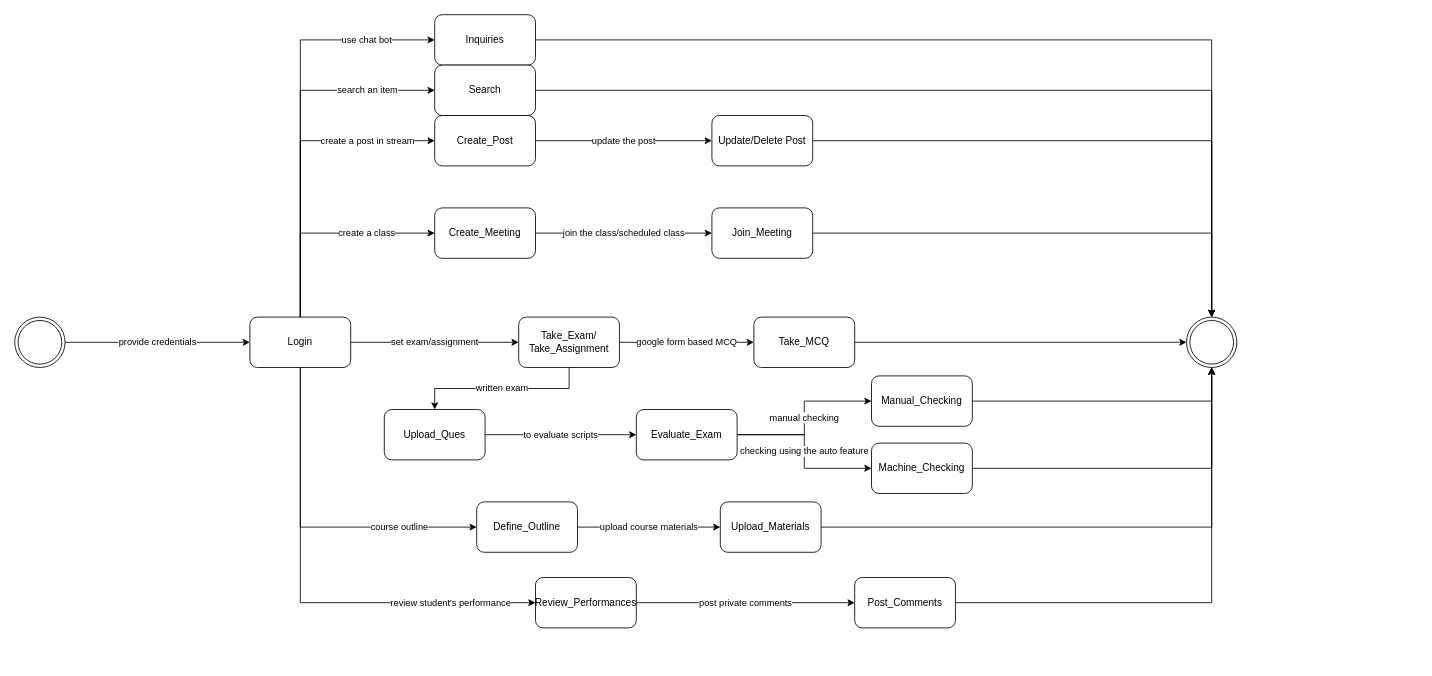
Earlier version of the draw.io diagram page "State-2 Teacher" (36 of 37) of Diagrams.drawio (shirrsho/E-shcool). Source tidied: cells renumbered, new cells numbered last; positions are measured from the earlier drawing's top-left corner, leaving out a move shared by most shapes. Both pictures are drawn from the tidied source at 84%, with x=0, y=0 at pixel (14, 14).
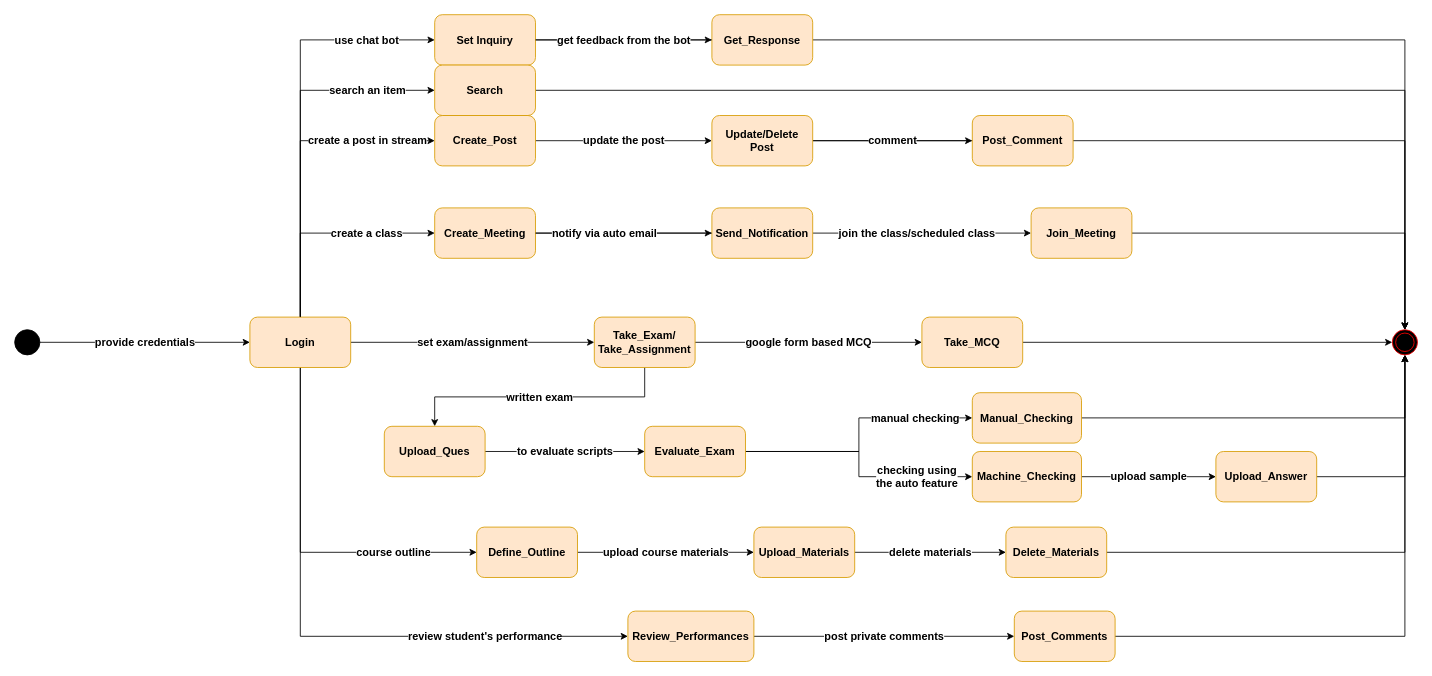
After the change.

Change to the diagram source:
```diff
@@
-    <mxCell id="2" value="provide credentials" style="edgeStyle=orthogonalEdgeStyle;rounded=0;jettySize=auto;html=1;" parent="1" edge="1" source="3" target="10">
+    <mxCell id="2" value="provide credentials" style="edgeStyle=orthogonalEdgeStyle;rounded=0;jettySize=auto;html=1;fontSize=13;fontStyle=1;" parent="1" edge="1" source="3" target="10">
       <mxGeometry relative="1" as="geometry" />
     </mxCell>
-    <mxCell id="3" style="ellipse;shape=doubleEllipse;html=1;dashed=0;whitespace=wrap;" parent="1" vertex="1">
-      <mxGeometry y="360" width="60" height="60" as="geometry" />
+    <mxCell id="3" style="ellipse;shape=doubleEllipse;html=1;dashed=0;whitespace=wrap;fontSize=13;fontStyle=1;fillColor=#000000;" parent="1" vertex="1">
+      <mxGeometry y="375" width="30" height="30" as="geometry" />
     </mxCell>
-    <mxCell id="4" value="create a post in stream" style="edgeStyle=orthogonalEdgeStyle;rounded=0;jettySize=auto;html=1;entryX=0;entryY=0.5;entryDx=0;entryDy=0;exitX=0.5;exitY=0;exitDx=0;exitDy=0;" parent="1" edge="1" source="10" target="12">
+    <mxCell id="4" value="create a post in stream" style="edgeStyle=orthogonalEdgeStyle;rounded=0;jettySize=auto;html=1;entryX=0;entryY=0.5;entryDx=0;entryDy=0;exitX=0.5;exitY=0;exitDx=0;exitDy=0;fontSize=13;fontStyle=1;" parent="1" edge="1" source="10" target="12">
       <mxGeometry x="0.57" relative="1" as="geometry" />
     </mxCell>
-    <mxCell id="5" value="create a class" style="edgeStyle=orthogonalEdgeStyle;rounded=0;jettySize=auto;html=1;entryX=0;entryY=0.5;entryDx=0;entryDy=0;exitX=0.5;exitY=0;exitDx=0;exitDy=0;" parent="1" edge="1" source="10" target="14">
+    <mxCell id="5" value="create a class" style="edgeStyle=orthogonalEdgeStyle;rounded=0;jettySize=auto;html=1;entryX=0;entryY=0.5;entryDx=0;entryDy=0;exitX=0.5;exitY=0;exitDx=0;exitDy=0;fontSize=13;fontStyle=1;" parent="1" edge="1" source="10" target="14">
       <mxGeometry x="0.38" relative="1" as="geometry" />
     </mxCell>
-    <mxCell id="6" value="course outline" style="edgeStyle=orthogonalEdgeStyle;rounded=0;jettySize=auto;html=1;entryX=0;entryY=0.5;entryDx=0;entryDy=0;exitX=0.5;exitY=1;exitDx=0;exitDy=0;" parent="1" edge="1" source="10" target="18">
+    <mxCell id="6" value="course outline" style="edgeStyle=orthogonalEdgeStyle;rounded=0;jettySize=auto;html=1;entryX=0;entryY=0.5;entryDx=0;entryDy=0;exitX=0.5;exitY=1;exitDx=0;exitDy=0;fontSize=13;fontStyle=1;" parent="1" edge="1" source="10" target="18">
       <mxGeometry x="0.54" relative="1" as="geometry" />
     </mxCell>
-    <mxCell id="7" value="set exam/assignment" style="edgeStyle=orthogonalEdgeStyle;rounded=0;jettySize=auto;html=1;exitX=1;exitY=0.5;exitDx=0;exitDy=0;entryX=0;entryY=0.5;entryDx=0;entryDy=0;" parent="1" edge="1" source="10" target="23">
+    <mxCell id="7" value="set exam/assignment" style="edgeStyle=orthogonalEdgeStyle;rounded=0;jettySize=auto;html=1;exitX=1;exitY=0.5;exitDx=0;exitDy=0;entryX=0;entryY=0.5;entryDx=0;entryDy=0;fontSize=13;fontStyle=1;" parent="1" edge="1" source="10" target="23">
       <mxGeometry relative="1" as="geometry" />
     </mxCell>
-    <mxCell id="8" value="use chat bot" style="edgeStyle=orthogonalEdgeStyle;rounded=0;jettySize=auto;html=1;entryX=0;entryY=0.5;entryDx=0;entryDy=0;exitX=0.5;exitY=0;exitDx=0;exitDy=0;" parent="1" edge="1" source="10" target="37">
+    <mxCell id="8" value="use chat bot" style="edgeStyle=orthogonalEdgeStyle;rounded=0;jettySize=auto;html=1;entryX=0;entryY=0.5;entryDx=0;entryDy=0;exitX=0.5;exitY=0;exitDx=0;exitDy=0;fontSize=13;fontStyle=1;" parent="1" edge="1" source="10" target="37">
       <mxGeometry x="0.67" relative="1" as="geometry" />
     </mxCell>
-    <mxCell id="9" value="review student's performance" style="edgeStyle=orthogonalEdgeStyle;rounded=0;jettySize=auto;html=1;exitX=0.5;exitY=1;exitDx=0;exitDy=0;entryX=0;entryY=0.5;entryDx=0;entryDy=0;" parent="1" edge="1" source="10" target="41">
-      <mxGeometry x="0.64" relative="1" as="geometry" />
+    <mxCell id="9" value="review student's performance" style="edgeStyle=orthogonalEdgeStyle;rounded=0;jettySize=auto;html=1;exitX=0.5;exitY=1;exitDx=0;exitDy=0;entryX=0;entryY=0.5;entryDx=0;entryDy=0;fontSize=13;fontStyle=1;" parent="1" edge="1" source="10" target="41">
+      <mxGeometry x="0.52" relative="1" as="geometry" />
     </mxCell>
-    <mxCell id="10" value="Login" style="rounded=1;whiteSpace=wrap;html=1;dashed=0;" parent="1" vertex="1">
+    <mxCell id="10" value="Login" style="rounded=1;whiteSpace=wrap;html=1;dashed=0;fontSize=13;fontStyle=1;fillColor=#ffe6cc;strokeColor=#d79b00;" parent="1" vertex="1">
       <mxGeometry x="280" y="360" width="120" height="60" as="geometry" />
     </mxCell>
-    <mxCell id="11" value="update the post" style="edgeStyle=orthogonalEdgeStyle;rounded=0;jettySize=auto;html=1;" parent="1" edge="1" source="12" target="45">
+    <mxCell id="11" value="update the post" style="edgeStyle=orthogonalEdgeStyle;rounded=0;jettySize=auto;html=1;fontSize=13;fontStyle=1;" parent="1" edge="1" source="12" target="45">
       <mxGeometry relative="1" as="geometry" />
     </mxCell>
-    <mxCell id="12" value="Create_Post" style="whiteSpace=wrap;html=1;rounded=1;dashed=0;" parent="1" vertex="1">
+    <mxCell id="12" value="Create_Post" style="whiteSpace=wrap;html=1;rounded=1;dashed=0;fontSize=13;fontStyle=1;fillColor=#ffe6cc;strokeColor=#d79b00;" parent="1" vertex="1">
       <mxGeometry x="500" y="120" width="120" height="60" as="geometry" />
     </mxCell>
-    <mxCell id="13" value="join the class/scheduled class" style="edgeStyle=orthogonalEdgeStyle;rounded=0;jettySize=auto;html=1;" parent="1" edge="1" source="14" target="16">
-      <mxGeometry relative="1" as="geometry" />
+    <mxCell id="13" value="join the class/scheduled class" style="edgeStyle=orthogonalEdgeStyle;rounded=0;jettySize=auto;html=1;startArrow=none;fontSize=13;fontStyle=1;" parent="1" edge="1" source="53" target="16">
+      <mxGeometry x="-0.05" relative="1" as="geometry" />
     </mxCell>
+    <mxCell id="47" style="edgeStyle=orthogonalEdgeStyle;rounded=0;jettySize=auto;html=1;fontSize=13;fontStyle=1;" parent="1" edge="1" source="14" target="53">
+      <mxGeometry relative="1" as="geometry" />
+    </mxCell>
-    <mxCell id="14" value="Create_Meeting" style="whiteSpace=wrap;html=1;rounded=1;dashed=0;" parent="1" vertex="1">
+    <mxCell id="14" value="Create_Meeting" style="whiteSpace=wrap;html=1;rounded=1;dashed=0;fontSize=13;fontStyle=1;fillColor=#ffe6cc;strokeColor=#d79b00;" parent="1" vertex="1">
       <mxGeometry x="500" y="230" width="120" height="60" as="geometry" />
     </mxCell>
-    <mxCell id="15" style="edgeStyle=orthogonalEdgeStyle;rounded=0;jettySize=auto;html=1;entryX=0.5;entryY=0;entryDx=0;entryDy=0;" parent="1" edge="1" source="16" target="46">
+    <mxCell id="15" style="edgeStyle=orthogonalEdgeStyle;rounded=0;jettySize=auto;html=1;entryX=0.5;entryY=0;entryDx=0;entryDy=0;fontSize=13;fontStyle=1;" parent="1" edge="1" source="16" target="46">
       <mxGeometry relative="1" as="geometry" />
     </mxCell>
-    <mxCell id="16" value="Join_Meeting" style="whiteSpace=wrap;html=1;rounded=1;dashed=0;" parent="1" vertex="1">
-      <mxGeometry x="830" y="230" width="120" height="60" as="geometry" />
+    <mxCell id="16" value="Join_Meeting" style="whiteSpace=wrap;html=1;rounded=1;dashed=0;fontSize=13;fontStyle=1;fillColor=#ffe6cc;strokeColor=#d79b00;" parent="1" vertex="1">
+      <mxGeometry x="1210" y="230" width="120" height="60" as="geometry" />
     </mxCell>
-    <mxCell id="17" value="upload course materials" style="edgeStyle=orthogonalEdgeStyle;rounded=0;jettySize=auto;html=1;" parent="1" edge="1" source="18" target="20">
+    <mxCell id="17" value="upload course materials" style="edgeStyle=orthogonalEdgeStyle;rounded=0;jettySize=auto;html=1;fontSize=13;fontStyle=1;" parent="1" edge="1" source="18" target="20">
       <mxGeometry relative="1" as="geometry" />
     </mxCell>
-    <mxCell id="18" value="Define_Outline" style="whiteSpace=wrap;html=1;rounded=1;dashed=0;" parent="1" vertex="1">
-      <mxGeometry x="550" y="580" width="120" height="60" as="geometry" />
+    <mxCell id="18" value="Define_Outline" style="whiteSpace=wrap;html=1;rounded=1;dashed=0;fontSize=13;fontStyle=1;fillColor=#ffe6cc;strokeColor=#d79b00;" parent="1" vertex="1">
+      <mxGeometry x="550" y="610" width="120" height="60" as="geometry" />
     </mxCell>
-    <mxCell id="19" style="edgeStyle=orthogonalEdgeStyle;rounded=0;jettySize=auto;html=1;entryX=0.5;entryY=1;entryDx=0;entryDy=0;" parent="1" edge="1" source="20" target="46">
+    <mxCell id="19" style="edgeStyle=orthogonalEdgeStyle;rounded=0;jettySize=auto;html=1;entryX=0.5;entryY=1;entryDx=0;entryDy=0;startArrow=none;fontSize=13;fontStyle=1;" parent="1" edge="1" source="55" target="46">
       <mxGeometry relative="1" as="geometry" />
     </mxCell>
+    <mxCell id="48" value="delete materials" style="edgeStyle=orthogonalEdgeStyle;rounded=0;jettySize=auto;html=1;fontSize=13;fontStyle=1;" parent="1" edge="1" source="20" target="55">
+      <mxGeometry relative="1" as="geometry" />
+    </mxCell>
-    <mxCell id="20" value="Upload_Materials" style="whiteSpace=wrap;html=1;rounded=1;dashed=0;" parent="1" vertex="1">
-      <mxGeometry x="840" y="580" width="120" height="60" as="geometry" />
+    <mxCell id="20" value="Upload_Materials" style="whiteSpace=wrap;html=1;rounded=1;dashed=0;fontSize=13;fontStyle=1;fillColor=#ffe6cc;strokeColor=#d79b00;" parent="1" vertex="1">
+      <mxGeometry x="880" y="610" width="120" height="60" as="geometry" />
     </mxCell>
-    <mxCell id="21" value="google form based MCQ" style="edgeStyle=orthogonalEdgeStyle;rounded=0;jettySize=auto;html=1;" parent="1" edge="1" source="23" target="25">
+    <mxCell id="21" value="google form based MCQ" style="edgeStyle=orthogonalEdgeStyle;rounded=0;jettySize=auto;html=1;fontSize=13;fontStyle=1;" parent="1" edge="1" source="23" target="25">
       <mxGeometry relative="1" as="geometry" />
     </mxCell>
-    <mxCell id="22" value="written exam" style="edgeStyle=orthogonalEdgeStyle;rounded=0;jettySize=auto;html=1;exitX=0.5;exitY=1;exitDx=0;exitDy=0;" parent="1" edge="1" source="23" target="27">
+    <mxCell id="22" value="written exam" style="edgeStyle=orthogonalEdgeStyle;rounded=0;jettySize=auto;html=1;exitX=0.5;exitY=1;exitDx=0;exitDy=0;fontSize=13;fontStyle=1;" parent="1" edge="1" source="23" target="27">
       <mxGeometry relative="1" as="geometry" />
     </mxCell>
-    <mxCell id="23" value="Take_Exam/&lt;br&gt;Take_Assignment" style="rounded=1;whiteSpace=wrap;html=1;" parent="1" vertex="1">
-      <mxGeometry x="600" y="360" width="120" height="60" as="geometry" />
+    <mxCell id="23" value="Take_Exam/&lt;br style=&quot;font-size: 13px;&quot;&gt;Take_Assignment" style="rounded=1;whiteSpace=wrap;html=1;fontSize=13;fontStyle=1;fillColor=#ffe6cc;strokeColor=#d79b00;" parent="1" vertex="1">
+      <mxGeometry x="690" y="360" width="120" height="60" as="geometry" />
     </mxCell>
-    <mxCell id="24" style="edgeStyle=orthogonalEdgeStyle;rounded=0;jettySize=auto;html=1;entryX=0;entryY=0.5;entryDx=0;entryDy=0;" parent="1" edge="1" source="25" target="46">
+    <mxCell id="24" style="edgeStyle=orthogonalEdgeStyle;rounded=0;jettySize=auto;html=1;entryX=0;entryY=0.5;entryDx=0;entryDy=0;fontSize=13;fontStyle=1;" parent="1" edge="1" source="25" target="46">
       <mxGeometry relative="1" as="geometry" />
     </mxCell>
-    <mxCell id="25" value="Take_MCQ" style="whiteSpace=wrap;html=1;rounded=1;" parent="1" vertex="1">
-      <mxGeometry x="880" y="360" width="120" height="60" as="geometry" />
+    <mxCell id="25" value="Take_MCQ" style="whiteSpace=wrap;html=1;rounded=1;fontSize=13;fontStyle=1;fillColor=#ffe6cc;strokeColor=#d79b00;" parent="1" vertex="1">
+      <mxGeometry x="1080" y="360" width="120" height="60" as="geometry" />
     </mxCell>
-    <mxCell id="26" value="to evaluate scripts" style="edgeStyle=orthogonalEdgeStyle;rounded=0;jettySize=auto;html=1;" parent="1" edge="1" source="27" target="30">
+    <mxCell id="26" value="to evaluate scripts" style="edgeStyle=orthogonalEdgeStyle;rounded=0;jettySize=auto;html=1;fontSize=13;fontStyle=1;" parent="1" edge="1" source="27" target="30">
       <mxGeometry relative="1" as="geometry" />
     </mxCell>
-    <mxCell id="27" value="Upload_Ques" style="rounded=1;whiteSpace=wrap;html=1;" parent="1" vertex="1">
-      <mxGeometry x="440" y="470" width="120" height="60" as="geometry" />
+    <mxCell id="27" value="Upload_Ques" style="rounded=1;whiteSpace=wrap;html=1;fontSize=13;fontStyle=1;fillColor=#ffe6cc;strokeColor=#d79b00;" parent="1" vertex="1">
+      <mxGeometry x="440" y="490" width="120" height="60" as="geometry" />
     </mxCell>
-    <mxCell id="28" value="manual checking" style="edgeStyle=orthogonalEdgeStyle;rounded=0;jettySize=auto;html=1;" parent="1" edge="1" source="30" target="32">
-      <mxGeometry relative="1" as="geometry" />
+    <mxCell id="28" value="manual checking" style="edgeStyle=orthogonalEdgeStyle;rounded=0;jettySize=auto;html=1;fontSize=13;fontStyle=1;" parent="1" edge="1" source="30" target="32">
+      <mxGeometry x="0.56" relative="1" as="geometry" />
     </mxCell>
-    <mxCell id="29" value="checking using the auto feature" style="edgeStyle=orthogonalEdgeStyle;rounded=0;jettySize=auto;html=1;" parent="1" edge="1" source="30" target="34">
-      <mxGeometry relative="1" as="geometry" />
+    <mxCell id="29" value="checking using&lt;br&gt;the auto feature" style="edgeStyle=orthogonalEdgeStyle;rounded=0;jettySize=auto;html=1;fontSize=13;fontStyle=1;" parent="1" edge="1" source="30" target="34">
+      <mxGeometry x="0.56" relative="1" as="geometry" />
     </mxCell>
-    <mxCell id="30" value="Evaluate_Exam" style="rounded=1;whiteSpace=wrap;html=1;" parent="1" vertex="1">
-      <mxGeometry x="740" y="470" width="120" height="60" as="geometry" />
+    <mxCell id="30" value="Evaluate_Exam" style="rounded=1;whiteSpace=wrap;html=1;fontSize=13;fontStyle=1;fillColor=#ffe6cc;strokeColor=#d79b00;" parent="1" vertex="1">
+      <mxGeometry x="750" y="490" width="120" height="60" as="geometry" />
     </mxCell>
-    <mxCell id="31" style="edgeStyle=orthogonalEdgeStyle;rounded=0;jettySize=auto;html=1;entryX=0.5;entryY=1;entryDx=0;entryDy=0;" parent="1" edge="1" source="32" target="46">
+    <mxCell id="31" style="edgeStyle=orthogonalEdgeStyle;rounded=0;jettySize=auto;html=1;entryX=0.5;entryY=1;entryDx=0;entryDy=0;fontSize=13;fontStyle=1;" parent="1" edge="1" source="32" target="46">
       <mxGeometry relative="1" as="geometry" />
     </mxCell>
-    <mxCell id="32" value="Manual_Checking" style="whiteSpace=wrap;html=1;rounded=1;" parent="1" vertex="1">
-      <mxGeometry x="1020" y="430" width="120" height="60" as="geometry" />
+    <mxCell id="32" value="Manual_Checking" style="whiteSpace=wrap;html=1;rounded=1;fontSize=13;fontStyle=1;fillColor=#ffe6cc;strokeColor=#d79b00;" parent="1" vertex="1">
+      <mxGeometry x="1140" y="450" width="130" height="60" as="geometry" />
     </mxCell>
-    <mxCell id="33" style="edgeStyle=orthogonalEdgeStyle;rounded=0;jettySize=auto;html=1;entryX=0.5;entryY=1;entryDx=0;entryDy=0;" parent="1" edge="1" source="34" target="46">
+    <mxCell id="33" style="edgeStyle=orthogonalEdgeStyle;rounded=0;jettySize=auto;html=1;entryX=0.5;entryY=1;entryDx=0;entryDy=0;fontSize=13;fontStyle=1;startArrow=none;" parent="1" edge="1" source="58" target="46">
       <mxGeometry relative="1" as="geometry" />
     </mxCell>
+    <mxCell id="49" value="upload sample" style="edgeStyle=orthogonalEdgeStyle;rounded=0;jettySize=auto;html=1;fontSize=13;fontStyle=1;" parent="1" edge="1" source="34" target="58">
+      <mxGeometry relative="1" as="geometry" />
+    </mxCell>
-    <mxCell id="34" value="Machine_Checking" style="rounded=1;whiteSpace=wrap;html=1;" parent="1" vertex="1">
-      <mxGeometry x="1020" y="510" width="120" height="60" as="geometry" />
+    <mxCell id="34" value="Machine_Checking" style="rounded=1;whiteSpace=wrap;html=1;fontSize=13;fontStyle=1;fillColor=#ffe6cc;strokeColor=#d79b00;" parent="1" vertex="1">
+      <mxGeometry x="1140" y="520" width="130" height="60" as="geometry" />
     </mxCell>
-    <mxCell id="35" value="search an item" style="edgeStyle=orthogonalEdgeStyle;rounded=0;jettySize=auto;html=1;exitX=0.5;exitY=0;exitDx=0;exitDy=0;entryX=0;entryY=0.5;entryDx=0;entryDy=0;" parent="1" edge="1" source="10" target="39">
+    <mxCell id="35" value="search an item" style="edgeStyle=orthogonalEdgeStyle;rounded=0;jettySize=auto;html=1;exitX=0.5;exitY=0;exitDx=0;exitDy=0;entryX=0;entryY=0.5;entryDx=0;entryDy=0;fontSize=13;fontStyle=1;" parent="1" edge="1" source="10" target="39">
       <mxGeometry x="0.63" relative="1" as="geometry" />
     </mxCell>
-    <mxCell id="36" style="edgeStyle=orthogonalEdgeStyle;rounded=0;jettySize=auto;html=1;" parent="1" edge="1" source="37" target="46">
+    <mxCell id="36" style="edgeStyle=orthogonalEdgeStyle;rounded=0;jettySize=auto;html=1;startArrow=none;fontSize=13;fontStyle=1;" parent="1" edge="1" source="56" target="46">
       <mxGeometry relative="1" as="geometry" />
     </mxCell>
+    <mxCell id="50" style="edgeStyle=orthogonalEdgeStyle;rounded=0;jettySize=auto;html=1;fontSize=13;fontStyle=1;" parent="1" edge="1" source="37" target="56">
+      <mxGeometry relative="1" as="geometry" />
+    </mxCell>
-    <mxCell id="37" value="Inquiries" style="rounded=1;whiteSpace=wrap;html=1;" parent="1" vertex="1">
+    <mxCell id="37" value="Set Inquiry" style="rounded=1;whiteSpace=wrap;html=1;fontSize=13;fontStyle=1;fillColor=#ffe6cc;strokeColor=#d79b00;" parent="1" vertex="1">
       <mxGeometry x="500" width="120" height="60" as="geometry" />
     </mxCell>
-    <mxCell id="38" style="edgeStyle=orthogonalEdgeStyle;rounded=0;jettySize=auto;html=1;" parent="1" edge="1" source="39" target="46">
+    <mxCell id="38" style="edgeStyle=orthogonalEdgeStyle;rounded=0;jettySize=auto;html=1;fontSize=13;fontStyle=1;" parent="1" edge="1" source="39" target="46">
       <mxGeometry relative="1" as="geometry" />
     </mxCell>
-    <mxCell id="39" value="Search" style="rounded=1;whiteSpace=wrap;html=1;" parent="1" vertex="1">
+    <mxCell id="39" value="Search" style="rounded=1;whiteSpace=wrap;html=1;fontSize=13;fontStyle=1;fillColor=#ffe6cc;strokeColor=#d79b00;" parent="1" vertex="1">
       <mxGeometry x="500" y="60" width="120" height="60" as="geometry" />
     </mxCell>
-    <mxCell id="40" value="post private comments" style="edgeStyle=orthogonalEdgeStyle;rounded=0;jettySize=auto;html=1;" parent="1" edge="1" source="41" target="43">
+    <mxCell id="40" value="post private comments" style="edgeStyle=orthogonalEdgeStyle;rounded=0;jettySize=auto;html=1;fontSize=13;fontStyle=1;" parent="1" edge="1" source="41" target="43">
       <mxGeometry relative="1" as="geometry" />
     </mxCell>
-    <mxCell id="41" value="Review_Performances" style="rounded=1;whiteSpace=wrap;html=1;" parent="1" vertex="1">
-      <mxGeometry x="620" y="670" width="120" height="60" as="geometry" />
+    <mxCell id="41" value="Review_Performances" style="rounded=1;whiteSpace=wrap;html=1;fontSize=13;fontStyle=1;fillColor=#ffe6cc;strokeColor=#d79b00;" parent="1" vertex="1">
+      <mxGeometry x="730" y="710" width="150" height="60" as="geometry" />
     </mxCell>
-    <mxCell id="42" style="edgeStyle=orthogonalEdgeStyle;rounded=0;jettySize=auto;html=1;entryX=0.5;entryY=1;entryDx=0;entryDy=0;" parent="1" edge="1" source="43" target="46">
+    <mxCell id="42" style="edgeStyle=orthogonalEdgeStyle;rounded=0;jettySize=auto;html=1;entryX=0.5;entryY=1;entryDx=0;entryDy=0;fontSize=13;fontStyle=1;" parent="1" edge="1" source="43" target="46">
       <mxGeometry relative="1" as="geometry" />
     </mxCell>
-    <mxCell id="43" value="Post_Comments" style="whiteSpace=wrap;html=1;rounded=1;" parent="1" vertex="1">
-      <mxGeometry x="1000" y="670" width="120" height="60" as="geometry" />
+    <mxCell id="43" value="Post_Comments" style="whiteSpace=wrap;html=1;rounded=1;fontSize=13;fontStyle=1;fillColor=#ffe6cc;strokeColor=#d79b00;" parent="1" vertex="1">
+      <mxGeometry x="1190" y="710" width="120" height="60" as="geometry" />
     </mxCell>
-    <mxCell id="44" style="edgeStyle=orthogonalEdgeStyle;rounded=0;jettySize=auto;html=1;" parent="1" edge="1" source="45" target="46">
+    <mxCell id="44" style="edgeStyle=orthogonalEdgeStyle;rounded=0;jettySize=auto;html=1;fontSize=13;fontStyle=1;" parent="1" edge="1" source="45" target="46">
       <mxGeometry relative="1" as="geometry" />
     </mxCell>
+    <mxCell id="51" value="comment" style="edgeStyle=orthogonalEdgeStyle;rounded=0;jettySize=auto;html=1;fontSize=13;fontStyle=1;" parent="1" edge="1" source="45" target="52">
+      <mxGeometry relative="1" as="geometry" />
+    </mxCell>
-    <mxCell id="45" value="Update/Delete Post" style="rounded=1;whiteSpace=wrap;html=1;" parent="1" vertex="1">
+    <mxCell id="45" value="Update/Delete Post" style="rounded=1;whiteSpace=wrap;html=1;fontSize=13;fontStyle=1;fillColor=#ffe6cc;strokeColor=#d79b00;" parent="1" vertex="1">
       <mxGeometry x="830" y="120" width="120" height="60" as="geometry" />
     </mxCell>
-    <mxCell id="46" style="ellipse;shape=doubleEllipse;html=1;dashed=0;whitespace=wrap;" parent="1" vertex="1">
-      <mxGeometry x="1395" y="360" width="60" height="60" as="geometry" />
+    <mxCell id="46" style="ellipse;shape=doubleEllipse;html=1;dashed=0;whitespace=wrap;fontSize=13;fontStyle=1;fillColor=#000000;strokeColor=#FF0000;" parent="1" vertex="1">
+      <mxGeometry x="1640" y="375" width="30" height="30" as="geometry" />
     </mxCell>
+    <mxCell id="52" value="Post_Comment" style="whiteSpace=wrap;html=1;rounded=1;fontSize=13;fontStyle=1;fillColor=#ffe6cc;strokeColor=#d79b00;" parent="1" vertex="1">
+      <mxGeometry x="1140" y="120" width="120" height="60" as="geometry" />
+    </mxCell>
+    <mxCell id="53" value="Send_Notification" style="whiteSpace=wrap;html=1;rounded=1;dashed=0;fontSize=13;fontStyle=1;fillColor=#ffe6cc;strokeColor=#d79b00;" parent="1" vertex="1">
+      <mxGeometry x="830" y="230" width="120" height="60" as="geometry" />
+    </mxCell>
+    <mxCell id="54" value="notify via auto email" style="edgeStyle=orthogonalEdgeStyle;rounded=0;jettySize=auto;html=1;endArrow=none;fontSize=13;fontStyle=1;" parent="1" edge="1" source="14" target="53">
+      <mxGeometry x="-0.22" relative="1" as="geometry" />
+    </mxCell>
+    <mxCell id="55" value="Delete_Materials" style="whiteSpace=wrap;html=1;rounded=1;dashed=0;fontSize=13;fontStyle=1;fillColor=#ffe6cc;strokeColor=#d79b00;" parent="1" vertex="1">
+      <mxGeometry x="1180" y="610" width="120" height="60" as="geometry" />
+    </mxCell>
+    <mxCell id="56" value="Get_Response" style="whiteSpace=wrap;html=1;rounded=1;fontSize=13;fontStyle=1;fillColor=#ffe6cc;strokeColor=#d79b00;" parent="1" vertex="1">
+      <mxGeometry x="830" width="120" height="60" as="geometry" />
+    </mxCell>
+    <mxCell id="57" value="get feedback from the bot" style="edgeStyle=orthogonalEdgeStyle;rounded=0;jettySize=auto;html=1;endArrow=none;fontSize=13;fontStyle=1;" parent="1" edge="1" source="37" target="56">
+      <mxGeometry relative="1" as="geometry" />
+    </mxCell>
+    <mxCell id="58" value="Upload_Answer" style="whiteSpace=wrap;html=1;rounded=1;fontSize=13;fontStyle=1;fillColor=#ffe6cc;strokeColor=#d79b00;" parent="1" vertex="1">
+      <mxGeometry x="1430" y="520" width="120" height="60" as="geometry" />
+    </mxCell>
```
